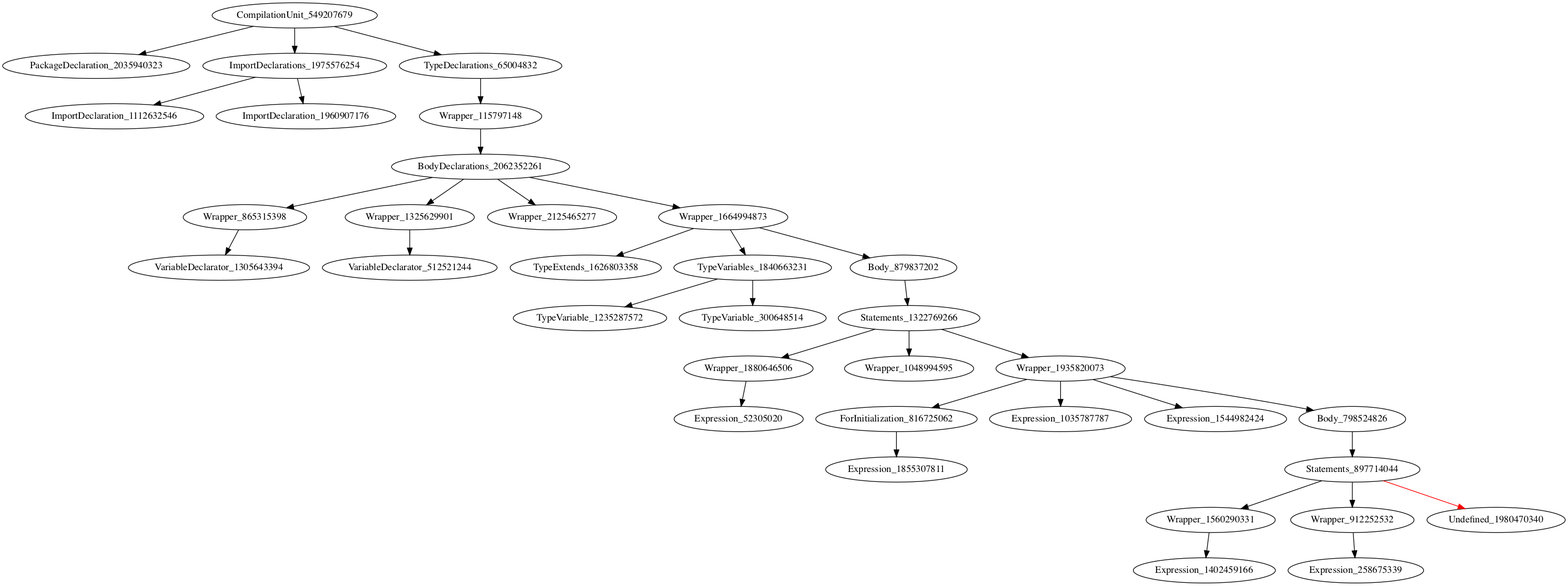
The Graphviz diagram holeAST.png in icse2023material/VoiceJava, before a commit. Its source is kept beside it as holeAST.dot.
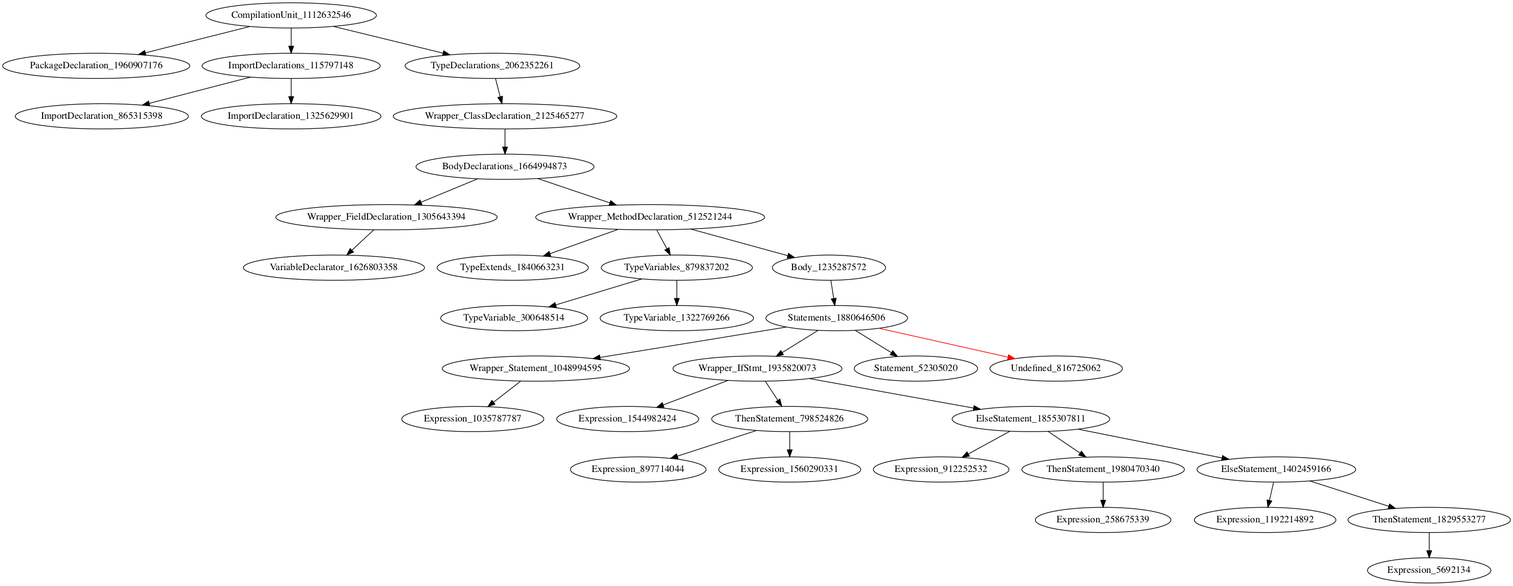
After the commit.

The edit, as a diff of the source:
```diff
@@ -1,36 +1,35 @@
 digraph {
-CompilationUnit_549207679 -> PackageDeclaration_2035940323
-CompilationUnit_549207679 -> ImportDeclarations_1975576254
-CompilationUnit_549207679 -> TypeDeclarations_65004832
-ImportDeclarations_1975576254 -> ImportDeclaration_1112632546
-ImportDeclarations_1975576254 -> ImportDeclaration_1960907176
-TypeDeclarations_65004832 -> Wrapper_115797148
-Wrapper_115797148 -> BodyDeclarations_2062352261
-BodyDeclarations_2062352261 -> Wrapper_865315398
-BodyDeclarations_2062352261 -> Wrapper_1325629901
-BodyDeclarations_2062352261 -> Wrapper_2125465277
-BodyDeclarations_2062352261 -> Wrapper_1664994873
-Wrapper_865315398 -> VariableDeclarator_1305643394
-Wrapper_1325629901 -> VariableDeclarator_512521244
-Wrapper_1664994873 -> TypeExtends_1626803358
-Wrapper_1664994873 -> TypeVariables_1840663231
-Wrapper_1664994873 -> Body_879837202
-TypeVariables_1840663231 -> TypeVariable_1235287572
-TypeVariables_1840663231 -> TypeVariable_300648514
-Body_879837202 -> Statements_1322769266
-Statements_1322769266 -> Wrapper_1880646506
-Statements_1322769266 -> Wrapper_1048994595
-Statements_1322769266 -> Wrapper_1935820073
-Wrapper_1880646506 -> Expression_52305020
-Wrapper_1935820073 -> ForInitialization_816725062
-Wrapper_1935820073 -> Expression_1035787787
-Wrapper_1935820073 -> Expression_1544982424
-Wrapper_1935820073 -> Body_798524826
-ForInitialization_816725062 -> Expression_1855307811
-Body_798524826 -> Statements_897714044
-Statements_897714044 -> Wrapper_1560290331
-Statements_897714044 -> Wrapper_912252532
-Statements_897714044 -> Undefined_1980470340 [color = red]
-Wrapper_1560290331 -> Expression_1402459166
-Wrapper_912252532 -> Expression_258675339
+CompilationUnit_1112632546 -> PackageDeclaration_1960907176
+CompilationUnit_1112632546 -> ImportDeclarations_115797148
+CompilationUnit_1112632546 -> TypeDeclarations_2062352261
+ImportDeclarations_115797148 -> ImportDeclaration_865315398
+ImportDeclarations_115797148 -> ImportDeclaration_1325629901
+TypeDeclarations_2062352261 -> Wrapper_ClassDeclaration_2125465277
+Wrapper_ClassDeclaration_2125465277 -> BodyDeclarations_1664994873
+BodyDeclarations_1664994873 -> Wrapper_FieldDeclaration_1305643394
+BodyDeclarations_1664994873 -> Wrapper_MethodDeclaration_512521244
+Wrapper_FieldDeclaration_1305643394 -> VariableDeclarator_1626803358
+Wrapper_MethodDeclaration_512521244 -> TypeExtends_1840663231
+Wrapper_MethodDeclaration_512521244 -> TypeVariables_879837202
+Wrapper_MethodDeclaration_512521244 -> Body_1235287572
+TypeVariables_879837202 -> TypeVariable_300648514
+TypeVariables_879837202 -> TypeVariable_1322769266
+Body_1235287572 -> Statements_1880646506
+Statements_1880646506 -> Wrapper_Statement_1048994595
+Statements_1880646506 -> Wrapper_IfStmt_1935820073
+Statements_1880646506 -> Statement_52305020
+Statements_1880646506 -> Undefined_816725062 [color = red]
+Wrapper_Statement_1048994595 -> Expression_1035787787
+Wrapper_IfStmt_1935820073 -> Expression_1544982424
+Wrapper_IfStmt_1935820073 -> ThenStatement_798524826
+Wrapper_IfStmt_1935820073 -> ElseStatement_1855307811
+ThenStatement_798524826 -> Expression_897714044
+ThenStatement_798524826 -> Expression_1560290331
+ElseStatement_1855307811 -> Expression_912252532
+ElseStatement_1855307811 -> ThenStatement_1980470340
+ElseStatement_1855307811 -> ElseStatement_1402459166
+ThenStatement_1980470340 -> Expression_258675339
+ElseStatement_1402459166 -> Expression_1192214892
+ElseStatement_1402459166 -> ThenStatement_1829553277
+ThenStatement_1829553277 -> Expression_5692134
 }
```
